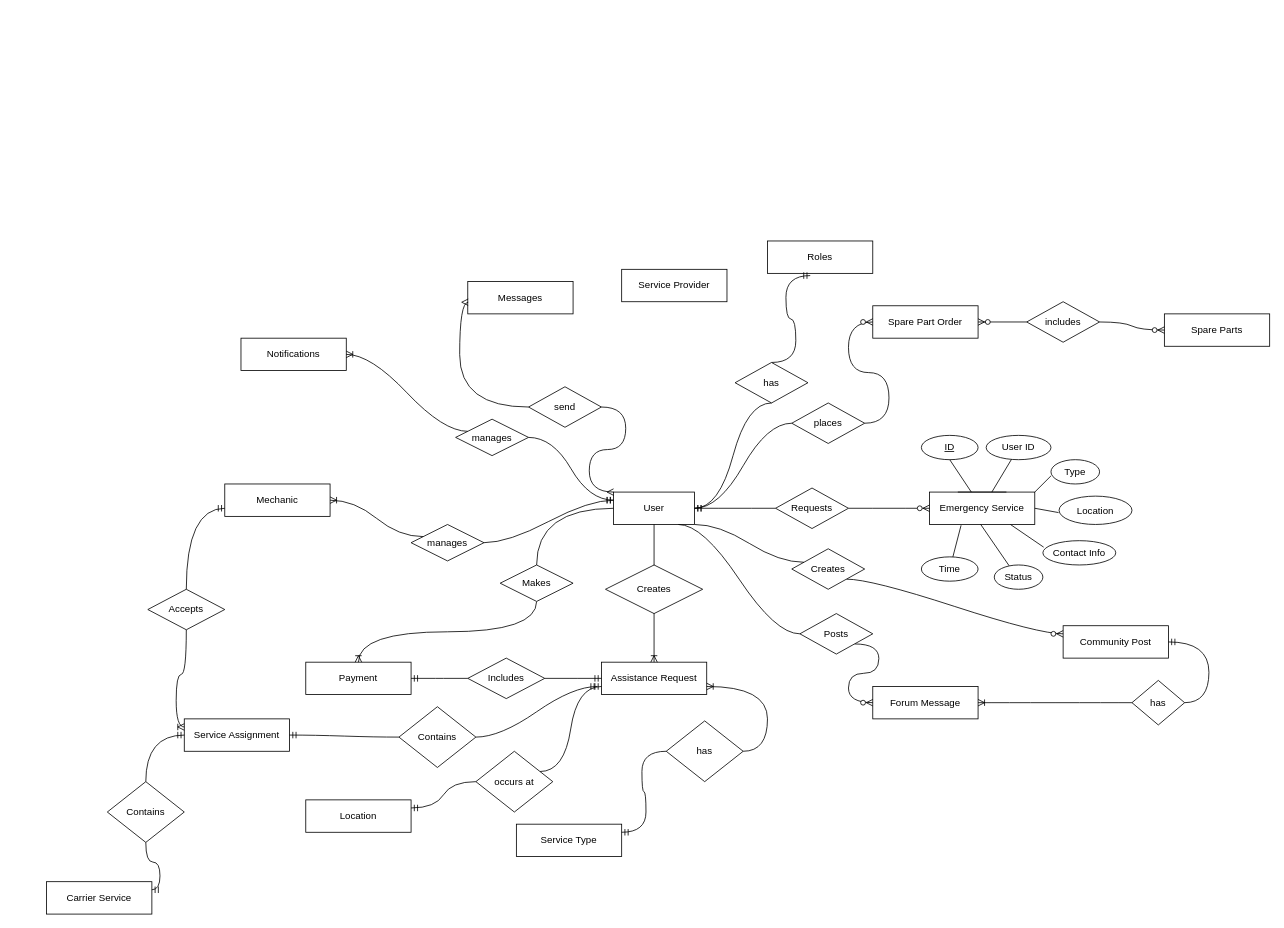
Before: Untitled Diagram.drawio in tsandun/ReceiptView, a draw.io diagram. Source tidied: cells renumbered, new cells numbered last; positions are measured from the earlier drawing's top-left corner, leaving out a move shared by most shapes. Both pictures are drawn from the tidied source at 81%, with x=0, y=0 at pixel (46, 241).
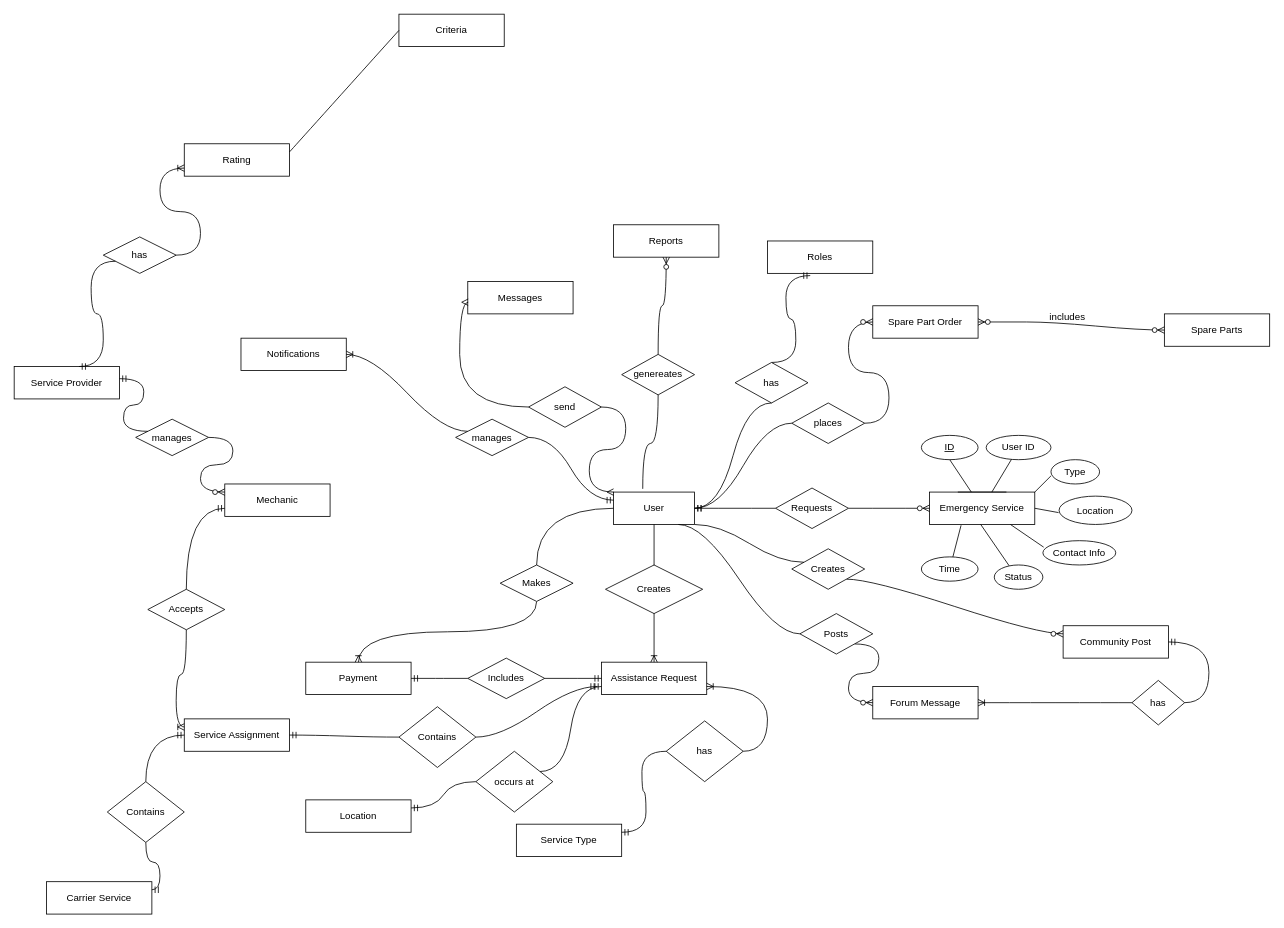
The same diagram, later.

The change refers to these unchanged cells:
```xml
<mxCell id="2" value="User" style="whiteSpace=wrap;html=1;align=center;shadow=0;labelBackgroundColor=none;labelBorderColor=none;" parent="1" vertex="1">
  <mxGeometry x="700" y="310" width="100" height="40" as="geometry" />
</mxCell>
<mxCell id="58" value="Spare Parts" style="whiteSpace=wrap;html=1;align=center;shadow=0;labelBackgroundColor=none;labelBorderColor=none;" parent="1" vertex="1">
  <mxGeometry x="1380" y="90" width="130" height="40" as="geometry" />
</mxCell>
<mxCell id="65" value="Mechanic" style="whiteSpace=wrap;html=1;align=center;shadow=0;labelBackgroundColor=none;labelBorderColor=none;" parent="1" vertex="1">
  <mxGeometry x="220" y="300" width="130" height="40" as="geometry" />
</mxCell>
```

The edit, as a diff of the source:
```diff
@@
-    <mxCell id="60" style="edgeStyle=entityRelationEdgeStyle;fontSize=12;html=1;endArrow=ERzeroToMany;endFill=1;startArrow=none;rounded=0;curved=1;entryX=0;entryY=0.5;entryDx=0;entryDy=0;" parent="1" edge="1" source="61" target="58">
-      <mxGeometry relative="1" as="geometry" />
+    <mxCell id="60" style="edgeStyle=entityRelationEdgeStyle;fontSize=12;html=1;endArrow=ERzeroToMany;endFill=1;startArrow=none;rounded=0;curved=1;entryX=0;entryY=0.5;entryDx=0;entryDy=0;" parent="1" edge="1" target="58">
+      <mxGeometry relative="1" as="geometry">
+        <mxPoint x="1210" y="100" as="sourcePoint" />
+      </mxGeometry>
     </mxCell>
-    <mxCell id="61" value="includes" style="shape=rhombus;perimeter=rhombusPerimeter;whiteSpace=wrap;html=1;align=center;shadow=0;labelBackgroundColor=none;labelBorderColor=none;" parent="1" vertex="1">
-      <mxGeometry x="1210" y="75" width="90" height="50" as="geometry" />
-    </mxCell>
-    <mxCell id="62" style="edgeStyle=entityRelationEdgeStyle;fontSize=12;html=1;endArrow=none;endFill=1;startArrow=ERzeroToMany;rounded=0;curved=1;entryX=0;entryY=0.5;entryDx=0;entryDy=0;" parent="1" edge="1" target="61">
+    <mxCell id="62" style="edgeStyle=entityRelationEdgeStyle;fontSize=12;html=1;endArrow=none;endFill=1;startArrow=ERzeroToMany;rounded=0;curved=1;entryX=0;entryY=0.5;entryDx=0;entryDy=0;" parent="1" edge="1">
       <mxGeometry relative="1" as="geometry">
         <mxPoint x="1150" y="100" as="sourcePoint" />
+        <mxPoint x="1210" y="100" as="targetPoint" />
       </mxGeometry>
     </mxCell>
@@
-    <mxCell id="66" style="edgeStyle=entityRelationEdgeStyle;fontSize=12;html=1;endArrow=ERoneToMany;startArrow=none;rounded=0;curved=1;exitX=0;exitY=0.25;exitDx=0;exitDy=0;" parent="1" edge="1" source="67" target="65">
-      <mxGeometry relative="1" as="geometry" />
-    </mxCell>
-    <mxCell id="67" value="manages" style="shape=rhombus;perimeter=rhombusPerimeter;whiteSpace=wrap;html=1;align=center;shadow=0;labelBackgroundColor=none;labelBorderColor=none;" parent="1" vertex="1">
-      <mxGeometry x="450" y="350" width="90" height="45" as="geometry" />
-    </mxCell>
-    <mxCell id="68" style="edgeStyle=entityRelationEdgeStyle;fontSize=12;html=1;endArrow=none;startArrow=ERmandOne;rounded=0;curved=1;exitX=0;exitY=0.25;exitDx=0;exitDy=0;" parent="1" edge="1" source="2" target="67">
-      <mxGeometry relative="1" as="geometry" />
-    </mxCell>
@@
     <mxCell id="80" value="Service Provider" style="whiteSpace=wrap;html=1;align=center;shadow=0;labelBackgroundColor=none;labelBorderColor=none;" parent="1" vertex="1">
-      <mxGeometry x="710" y="35" width="130" height="40" as="geometry" />
+      <mxGeometry x="-40" y="155" width="130" height="40" as="geometry" />
     </mxCell>
@@
+    <mxCell id="66" style="edgeStyle=entityRelationEdgeStyle;fontSize=12;html=1;endArrow=ERzeroToMany;startArrow=none;rounded=0;curved=1;elbow=vertical;entryX=0;entryY=0.25;entryDx=0;entryDy=0;" parent="1" edge="1" source="67" target="65">
+      <mxGeometry relative="1" as="geometry" />
+    </mxCell>
+    <mxCell id="67" value="manages" style="shape=rhombus;perimeter=rhombusPerimeter;whiteSpace=wrap;html=1;align=center;shadow=0;labelBackgroundColor=none;labelBorderColor=none;" parent="1" vertex="1">
+      <mxGeometry x="110" y="220" width="90" height="45" as="geometry" />
+    </mxCell>
+    <mxCell id="87" style="edgeStyle=entityRelationEdgeStyle;fontSize=12;html=1;endArrow=none;startArrow=ERmandOne;rounded=0;curved=1;elbow=vertical;entryX=0;entryY=0.25;entryDx=0;entryDy=0;" parent="1" edge="1" target="67">
+      <mxGeometry relative="1" as="geometry">
+        <mxPoint x="90" y="170" as="sourcePoint" />
+      </mxGeometry>
+    </mxCell>
+    <mxCell id="61" value="includes&lt;br&gt;" style="text;html=1;align=center;verticalAlign=middle;points=[];strokeColor=none;fillColor=none;" parent="1" vertex="1">
+      <mxGeometry x="1225" y="79" width="70" height="30" as="geometry" />
+    </mxCell>
+    <mxCell id="88" value="Reports" style="whiteSpace=wrap;html=1;align=center;shadow=0;labelBackgroundColor=none;labelBorderColor=none;" parent="1" vertex="1">
+      <mxGeometry x="700" y="-20" width="130" height="40" as="geometry" />
+    </mxCell>
+    <mxCell id="89" style="edgeStyle=orthogonalEdgeStyle;fontSize=12;html=1;endArrow=ERzeroToMany;endFill=1;rounded=0;curved=1;elbow=vertical;exitX=0.5;exitY=0;exitDx=0;exitDy=0;entryX=0.5;entryY=1;entryDx=0;entryDy=0;startArrow=none;" parent="1" edge="1" source="90" target="88">
+      <mxGeometry relative="1" as="geometry" />
+    </mxCell>
+    <mxCell id="90" value="genereates" style="shape=rhombus;perimeter=rhombusPerimeter;whiteSpace=wrap;html=1;align=center;shadow=0;labelBackgroundColor=none;labelBorderColor=none;" parent="1" vertex="1">
+      <mxGeometry x="710" y="140" width="90" height="50" as="geometry" />
+    </mxCell>
+    <mxCell id="91" style="edgeStyle=orthogonalEdgeStyle;fontSize=12;html=1;endArrow=none;endFill=1;rounded=0;curved=1;elbow=vertical;exitX=0.36;exitY=-0.1;exitDx=0;exitDy=0;exitPerimeter=0;entryX=0.5;entryY=1;entryDx=0;entryDy=0;" parent="1" edge="1" source="2" target="90">
+      <mxGeometry relative="1" as="geometry" />
+    </mxCell>
+    <mxCell id="92" value="Rating" style="whiteSpace=wrap;html=1;align=center;shadow=0;labelBackgroundColor=none;labelBorderColor=none;" parent="1" vertex="1">
+      <mxGeometry x="170" y="-120" width="130" height="40" as="geometry" />
+    </mxCell>
+    <mxCell id="93" value="Criteria" style="whiteSpace=wrap;html=1;align=center;shadow=0;labelBackgroundColor=none;labelBorderColor=none;" parent="1" vertex="1">
+      <mxGeometry x="435" y="-280" width="130" height="40" as="geometry" />
+    </mxCell>
+    <mxCell id="94" style="edgeStyle=entityRelationEdgeStyle;fontSize=12;html=1;endArrow=ERoneToMany;startArrow=none;rounded=0;curved=1;elbow=vertical;entryX=0;entryY=0.75;entryDx=0;entryDy=0;" parent="1" edge="1" source="95" target="92">
+      <mxGeometry relative="1" as="geometry" />
+    </mxCell>
+    <mxCell id="95" value="has" style="shape=rhombus;perimeter=rhombusPerimeter;whiteSpace=wrap;html=1;align=center;shadow=0;labelBackgroundColor=none;labelBorderColor=none;" parent="1" vertex="1">
+      <mxGeometry x="70" y="-5" width="90" height="45" as="geometry" />
+    </mxCell>
+    <mxCell id="96" style="edgeStyle=entityRelationEdgeStyle;fontSize=12;html=1;endArrow=none;startArrow=ERmandOne;rounded=0;curved=1;elbow=vertical;entryX=0;entryY=0.75;entryDx=0;entryDy=0;" parent="1" edge="1" target="95">
+      <mxGeometry relative="1" as="geometry">
+        <mxPoint x="40" y="155" as="sourcePoint" />
+      </mxGeometry>
+    </mxCell>
+    <mxCell id="97" style="endArrow=none;html=1;rounded=0;curved=1;elbow=vertical;entryX=0;entryY=0.5;entryDx=0;entryDy=0;" parent="1" edge="1" target="93">
+      <mxGeometry relative="1" as="geometry">
+        <mxPoint x="300" y="-110" as="sourcePoint" />
+      </mxGeometry>
+    </mxCell>
```
